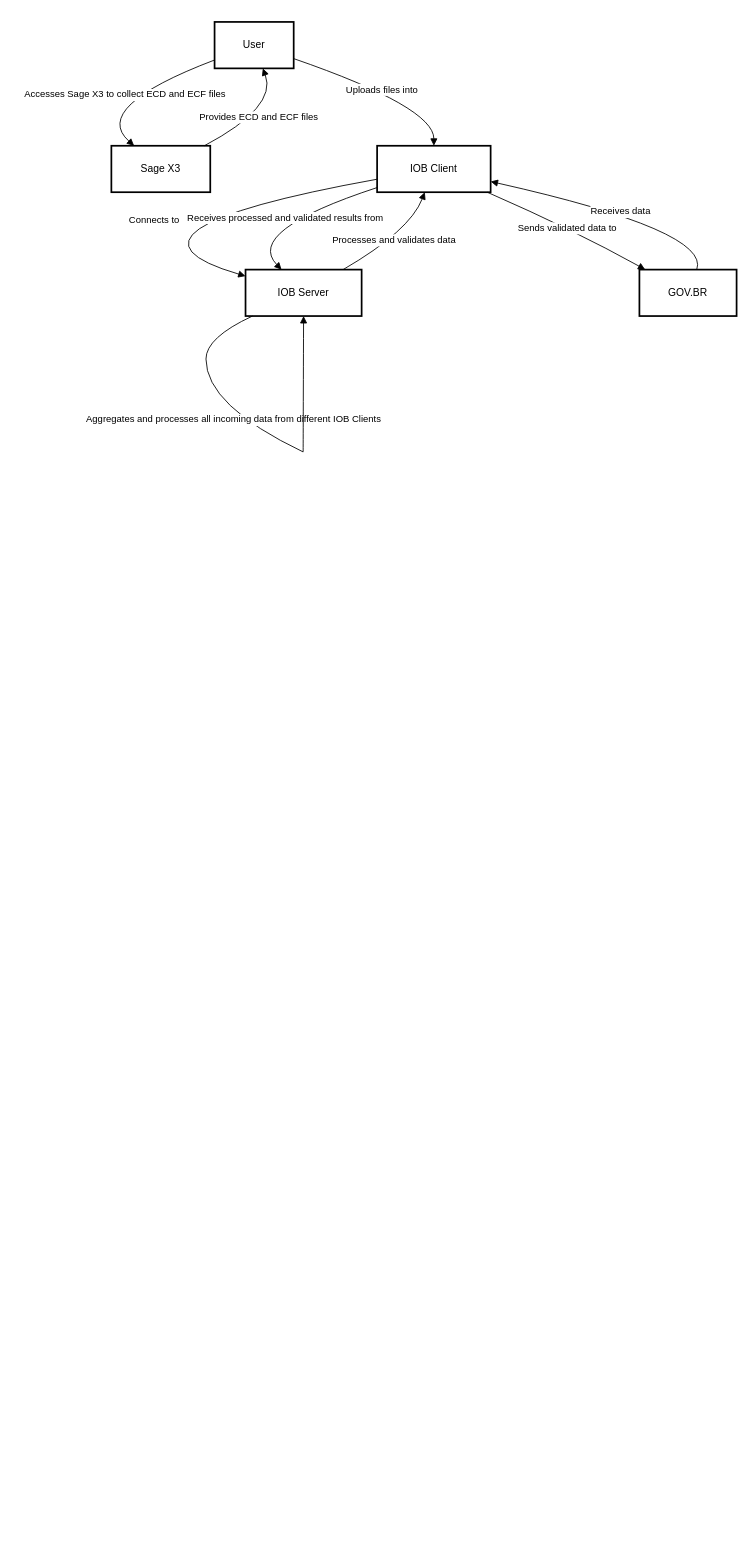
Before: X3-IOB.drawio in richardikeda/Diagrama, a draw.io diagram. Source tidied: cells renumbered, new cells numbered last; positions are measured from the earlier drawing's top-left corner, leaving out a move shared by most shapes. Both pictures are drawn from the tidied source at 86%, with x=0, y=0 at pixel (90, 22).
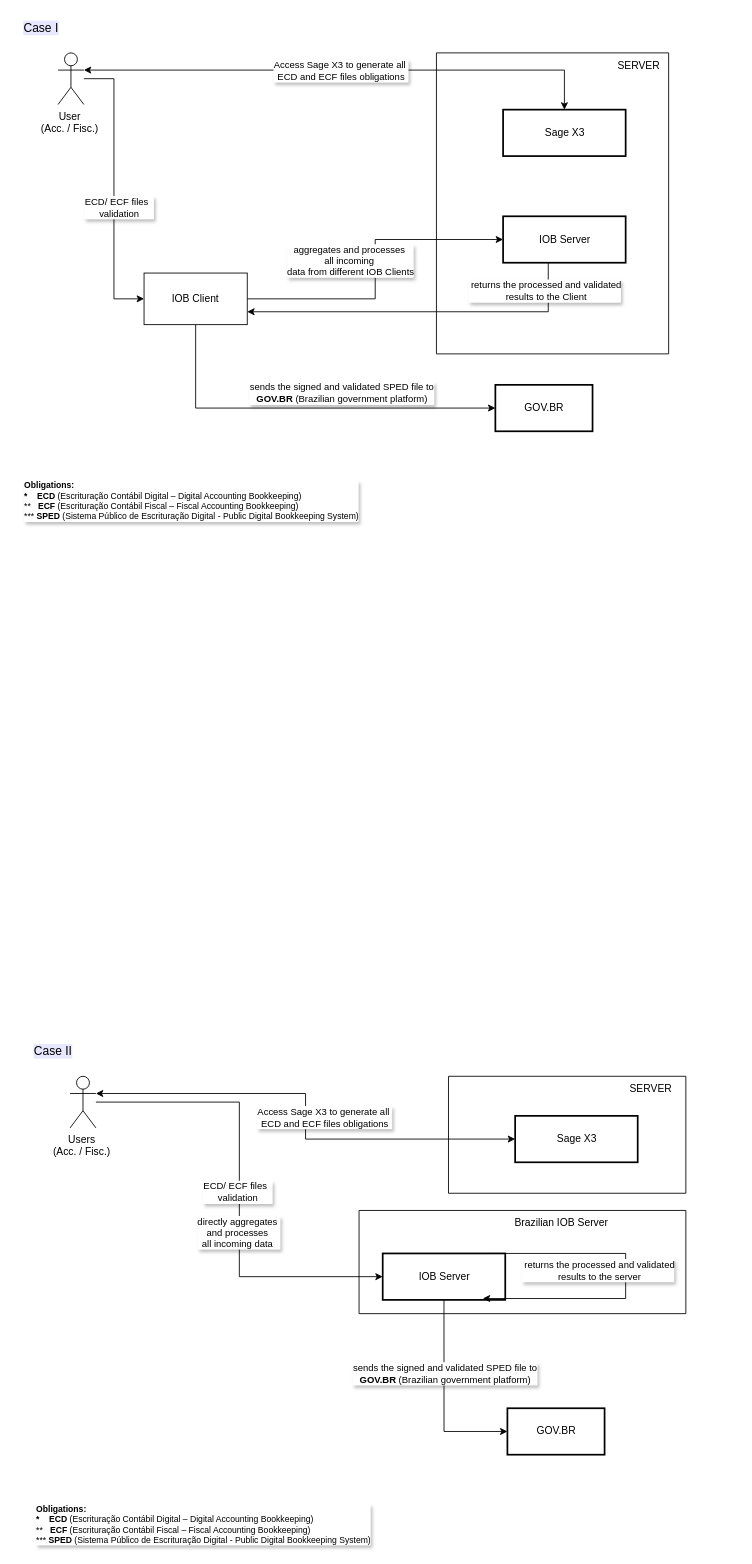
The same diagram, later.

Unchanged cells that the change refers to:
```xml
<mxCell id="7" style="whiteSpace=wrap;strokeWidth=2;" parent="1" vertex="1">
  <mxGeometry x="134" y="392" as="geometry" />
</mxCell>
<mxCell id="8" style="whiteSpace=wrap;strokeWidth=2;" parent="1" vertex="1">
  <mxGeometry x="247" y="500" as="geometry" />
</mxCell>
```

Change to the diagram source:
```diff
@@
-    <mxCell id="2" value="User" style="whiteSpace=wrap;strokeWidth=2;" parent="1" vertex="1">
-      <mxGeometry x="144" width="92" height="54" as="geometry" />
-    </mxCell>
-    <mxCell id="3" value="Sage X3" style="whiteSpace=wrap;strokeWidth=2;" parent="1" vertex="1">
-      <mxGeometry x="24" y="144" width="115" height="54" as="geometry" />
-    </mxCell>
-    <mxCell id="4" value="IOB Client" style="whiteSpace=wrap;strokeWidth=2;" parent="1" vertex="1">
-      <mxGeometry x="333" y="144" width="132" height="54" as="geometry" />
-    </mxCell>
-    <mxCell id="5" value="IOB Server" style="whiteSpace=wrap;strokeWidth=2;" parent="1" vertex="1">
-      <mxGeometry x="180" y="288" width="135" height="54" as="geometry" />
-    </mxCell>
+    <mxCell id="20" style="edgeStyle=orthogonalEdgeStyle;rounded=0;jettySize=auto;html=1;entryX=0;entryY=0.5;entryDx=0;entryDy=0;" parent="1" edge="1" source="24" target="4">
+      <mxGeometry relative="1" as="geometry" />
+    </mxCell>
+    <mxCell id="21" value="&lt;div&gt;ECD/ ECF files&amp;nbsp;&amp;nbsp;&lt;/div&gt;&lt;div&gt;validation&lt;/div&gt;" style="edgeLabel;html=1;align=center;verticalAlign=middle;textShadow=1;" parent="20" vertex="1">
+      <mxGeometry x="-0.35" y="-4" relative="1" as="geometry">
+        <mxPoint x="9" y="78" as="offset" />
+      </mxGeometry>
+    </mxCell>
     <mxCell id="6" value="GOV.BR" style="whiteSpace=wrap;strokeWidth=2;" parent="1" vertex="1">
-      <mxGeometry x="638" y="288" width="113" height="54" as="geometry" />
+      <mxGeometry x="470.5" y="422" width="113" height="54" as="geometry" />
     </mxCell>
@@
-    <mxCell id="9" value="Accesses Sage X3 to collect ECD and ECF files" style="curved=1;startArrow=none;endArrow=block;exitX=0;exitY=0.82;entryX=0.23;entryY=0;" parent="1" edge="1" source="2" target="3">
-      <mxGeometry relative="1" as="geometry">
-        <Array as="points">
-          <mxPoint y="99" />
-        </Array>
-      </mxGeometry>
-    </mxCell>
-    <mxCell id="10" value="Provides ECD and ECF files" style="curved=1;startArrow=none;endArrow=block;exitX=0.94;exitY=0;entryX=0.61;entryY=1;" parent="1" edge="1" source="3" target="2">
-      <mxGeometry relative="1" as="geometry">
-        <Array as="points">
-          <mxPoint x="217" y="99" />
-        </Array>
-      </mxGeometry>
-    </mxCell>
-    <mxCell id="11" value="Uploads files into" style="curved=1;startArrow=none;endArrow=block;exitX=1;exitY=0.79;entryX=0.5;entryY=0;" parent="1" edge="1" source="2" target="4">
-      <mxGeometry relative="1" as="geometry">
-        <Array as="points">
-          <mxPoint x="399" y="99" />
-        </Array>
-      </mxGeometry>
-    </mxCell>
-    <mxCell id="12" value="Connects to" style="curved=1;startArrow=none;endArrow=block;exitX=0;exitY=0.72;entryX=0;entryY=0.14;" parent="1" edge="1" source="4" target="5">
-      <mxGeometry relative="1" as="geometry">
-        <Array as="points">
-          <mxPoint y="243" />
-        </Array>
-      </mxGeometry>
-    </mxCell>
+    <mxCell id="22" style="edgeStyle=orthogonalEdgeStyle;rounded=0;jettySize=auto;html=1;exitX=1;exitY=0.3333333333333333;exitDx=0;exitDy=0;exitPerimeter=0;startArrow=classic;startFill=1;" parent="1" edge="1" source="24" target="3">
+      <mxGeometry relative="1" as="geometry" />
+    </mxCell>
+    <mxCell id="23" value="Access Sage X3 to generate all&amp;nbsp;&lt;div&gt;ECD and ECF files obligations&lt;/div&gt;" style="edgeLabel;html=1;align=center;verticalAlign=middle;textShadow=1;" parent="22" vertex="1">
+      <mxGeometry y="-2" relative="1" as="geometry">
+        <mxPoint x="-4" y="-2" as="offset" />
+      </mxGeometry>
+    </mxCell>
+    <mxCell id="24" value="User&amp;nbsp;&lt;div&gt;(Acc. / Fisc.)&lt;span style=&quot;background-color: transparent; color: light-dark(rgb(0, 0, 0), rgb(255, 255, 255));&quot;&gt;&amp;nbsp;&lt;/span&gt;&lt;/div&gt;" style="shape=umlActor;verticalLabelPosition=bottom;verticalAlign=top;html=1;outlineConnect=0;" parent="1" vertex="1">
+      <mxGeometry x="-38" y="36" width="30" height="60" as="geometry" />
+    </mxCell>
+    <mxCell id="25" value="&lt;div style=&quot;text-align: left;&quot;&gt;&lt;b style=&quot;color: light-dark(rgb(0, 0, 0), rgb(255, 255, 255));&quot;&gt;Obligations:&amp;nbsp;&lt;/b&gt;&lt;/div&gt;&lt;div style=&quot;text-align: left;&quot;&gt;&lt;b style=&quot;color: light-dark(rgb(0, 0, 0), rgb(255, 255, 255));&quot;&gt;*&amp;nbsp; &amp;nbsp; ECD&lt;/b&gt;&lt;span style=&quot;color: light-dark(rgb(0, 0, 0), rgb(255, 255, 255));&quot;&gt; (Escrituração Contábil Digital – Digital Accounting Bookkeeping&lt;/span&gt;&lt;span style=&quot;color: light-dark(rgb(0, 0, 0), rgb(255, 255, 255));&quot;&gt;)&lt;/span&gt;&lt;/div&gt;&lt;div style=&quot;text-align: left;&quot;&gt;&lt;span style=&quot;color: light-dark(rgb(0, 0, 0), rgb(255, 255, 255));&quot;&gt;**&amp;nbsp; &amp;nbsp;&lt;/span&gt;&lt;strong style=&quot;color: light-dark(rgb(0, 0, 0), rgb(255, 255, 255));&quot;&gt;ECF&lt;/strong&gt;&lt;span style=&quot;color: light-dark(rgb(0, 0, 0), rgb(255, 255, 255));&quot;&gt; (Escrituração Contábil Fiscal – Fiscal Accounting Bookkeeping)&lt;/span&gt;&lt;/div&gt;&lt;div style=&quot;text-align: left;&quot;&gt;&lt;span style=&quot;color: light-dark(rgb(0, 0, 0), rgb(255, 255, 255));&quot;&gt;***&amp;nbsp;&lt;b&gt;SPED &lt;/b&gt;(Sistema Público de Escrituração Digital -&amp;nbsp;&lt;/span&gt;&lt;span style=&quot;text-align: center;&quot;&gt;Public Digital Bookkeeping System)&lt;/span&gt;&lt;/div&gt;" style="text;html=1;align=center;verticalAlign=middle;strokeColor=none;fillColor=none;fontSize=10;labelBorderColor=none;textShadow=1;labelBackgroundColor=default;" parent="1" vertex="1">
+      <mxGeometry x="-88" y="527" width="410" height="60" as="geometry" />
+    </mxCell>
+    <mxCell id="26" style="edgeStyle=orthogonalEdgeStyle;rounded=0;jettySize=auto;html=1;entryX=0;entryY=0.5;entryDx=0;entryDy=0;startArrow=none;startFill=0;" parent="1" edge="1" source="4" target="5">
+      <mxGeometry relative="1" as="geometry" />
+    </mxCell>
+    <mxCell id="18" value="&lt;div&gt;sends the signed and validated SPED file to&lt;/div&gt;&lt;div&gt;&lt;b&gt;GOV.BR &lt;/b&gt;(Brazilian government platform)&lt;/div&gt;" style="edgeStyle=orthogonalEdgeStyle;rounded=0;jettySize=auto;html=1;exitX=0.5;exitY=1;exitDx=0;exitDy=0;entryX=0;entryY=0.5;entryDx=0;entryDy=0;labelBorderColor=none;textShadow=1;" parent="1" edge="1" source="4" target="6">
+      <mxGeometry x="0.2" y="17" relative="1" as="geometry" />
+    </mxCell>
+    <mxCell id="4" value="IOB Client" style="rounded=0;whiteSpace=wrap;html=1;" parent="1" vertex="1">
+      <mxGeometry x="62" y="292" width="120" height="60" as="geometry" />
+    </mxCell>
+    <mxCell id="27" style="swimlane;startSize=0;" parent="1" vertex="1">
+      <mxGeometry x="402" y="36" width="270" height="350" as="geometry" />
+    </mxCell>
+    <mxCell id="3" value="Sage X3" style="whiteSpace=wrap;strokeWidth=2;" parent="27" vertex="1">
+      <mxGeometry x="77.5" y="66" width="142.5" height="54" as="geometry" />
+    </mxCell>
+    <mxCell id="5" value="IOB Server" style="whiteSpace=wrap;strokeWidth=2;" parent="27" vertex="1">
+      <mxGeometry x="77.5" y="190" width="142.5" height="54" as="geometry" />
+    </mxCell>
+    <mxCell id="28" value="SERVER" style="text;html=1;align=center;verticalAlign=middle;strokeColor=none;fillColor=none;" parent="27" vertex="1">
+      <mxGeometry x="200" width="70" height="30" as="geometry" />
+    </mxCell>
+    <mxCell id="29" value="aggregates and processes&amp;nbsp;&lt;div&gt;all incoming&amp;nbsp;&lt;/div&gt;&lt;div&gt;data from different IOB Clients&lt;/div&gt;" style="edgeLabel;html=1;align=center;verticalAlign=middle;textShadow=1;" parent="1" vertex="1">
+      <mxGeometry x="322" y="312" as="geometry">
+        <mxPoint x="-21" y="-35" as="offset" />
+      </mxGeometry>
+    </mxCell>
-    <mxCell id="13" value="Processes and validates data" style="curved=1;startArrow=none;endArrow=block;exitX=0.84;exitY=0;entryX=0.42;entryY=1;" parent="1" edge="1" source="5" target="4">
+    <mxCell id="13" style="edgeStyle=orthogonalEdgeStyle;rounded=0;jettySize=auto;html=1;entryX=1;entryY=0.75;entryDx=0;entryDy=0;" parent="1" edge="1" source="5" target="4">
       <mxGeometry relative="1" as="geometry">
         <Array as="points">
-          <mxPoint x="371" y="243" />
+          <mxPoint x="532" y="337" />
         </Array>
       </mxGeometry>
     </mxCell>
-    <mxCell id="14" style="curved=1;startArrow=none;endArrow=none;exitX=0.06;exitY=1;entryX=-Infinity;entryY=NaN;" parent="1" edge="1" source="5" target="7">
-      <mxGeometry relative="1" as="geometry">
-        <Array as="points">
-          <mxPoint x="134" y="367" />
-        </Array>
-      </mxGeometry>
-    </mxCell>
-    <mxCell id="15" value="Aggregates and processes all incoming data from different IOB Clients" style="curved=1;startArrow=none;endArrow=none;exitX=-Infinity;exitY=Infinity;entryX=Infinity;entryY=-Infinity;" parent="1" edge="1" source="7" target="8">
-      <mxGeometry relative="1" as="geometry">
-        <Array as="points">
-          <mxPoint x="134" y="446" />
-        </Array>
-      </mxGeometry>
-    </mxCell>
-    <mxCell id="16" style="curved=1;startArrow=none;endArrow=block;exitX=Infinity;exitY=-Infinity;entryX=0.5;entryY=1;" parent="1" edge="1" source="8" target="5">
-      <mxGeometry relative="1" as="geometry" />
-    </mxCell>
-    <mxCell id="17" value="Receives processed and validated results from" style="curved=1;startArrow=none;endArrow=block;exitX=0;exitY=0.9;entryX=0.31;entryY=0;" parent="1" edge="1" source="4" target="5">
-      <mxGeometry relative="1" as="geometry">
-        <Array as="points">
-          <mxPoint x="179" y="243" />
-        </Array>
-      </mxGeometry>
-    </mxCell>
-    <mxCell id="18" value="Sends validated data to" style="curved=1;startArrow=none;endArrow=block;exitX=0.97;exitY=1;entryX=0.06;entryY=0;" parent="1" edge="1" source="4" target="6">
-      <mxGeometry relative="1" as="geometry">
-        <Array as="points">
-          <mxPoint x="564" y="243" />
-        </Array>
-      </mxGeometry>
-    </mxCell>
-    <mxCell id="19" value="Receives data" style="curved=1;startArrow=none;endArrow=block;exitX=0.59;exitY=0;entryX=1;entryY=0.77;" parent="1" edge="1" source="6" target="4">
-      <mxGeometry relative="1" as="geometry">
-        <Array as="points">
-          <mxPoint x="721" y="243" />
-        </Array>
-      </mxGeometry>
-    </mxCell>
+    <mxCell id="30" value="&amp;nbsp;returns the processed and validated&lt;div&gt;&amp;nbsp;results to the &lt;span&gt;Client&lt;/span&gt;&lt;/div&gt;" style="edgeLabel;html=1;align=center;verticalAlign=middle;textShadow=1;" parent="13" vertex="1">
+      <mxGeometry x="-0.09" y="4" relative="1" as="geometry">
+        <mxPoint x="123" y="-29" as="offset" />
+      </mxGeometry>
+    </mxCell>
+    <mxCell id="31" value="Case I" style="text;html=1;align=center;verticalAlign=middle;strokeColor=none;fillColor=none;labelBorderColor=none;fontSize=14;labelBackgroundColor=#E7E7FF;" parent="1" vertex="1">
+      <mxGeometry x="-88" y="-8" width="60" height="30" as="geometry" />
+    </mxCell>
+    <mxCell id="32" style="edgeStyle=orthogonalEdgeStyle;rounded=0;jettySize=auto;html=1;entryX=0;entryY=0.5;entryDx=0;entryDy=0;" parent="1" edge="1" source="39" target="49">
+      <mxGeometry relative="1" as="geometry" />
+    </mxCell>
+    <mxCell id="33" value="&lt;div&gt;ECD/ ECF files&amp;nbsp;&amp;nbsp;&lt;/div&gt;&lt;div&gt;validation&lt;/div&gt;" style="edgeLabel;html=1;align=center;verticalAlign=middle;textShadow=1;" parent="32" vertex="1">
+      <mxGeometry x="-0.35" y="-4" relative="1" as="geometry">
+        <mxPoint x="2" y="97" as="offset" />
+      </mxGeometry>
+    </mxCell>
+    <mxCell id="34" value="GOV.BR" style="whiteSpace=wrap;strokeWidth=2;" parent="1" vertex="1">
+      <mxGeometry x="484.5" y="1612" width="113" height="54" as="geometry" />
+    </mxCell>
+    <mxCell id="35" style="whiteSpace=wrap;strokeWidth=2;" parent="1" vertex="1">
+      <mxGeometry x="148" y="1582" as="geometry" />
+    </mxCell>
+    <mxCell id="36" style="whiteSpace=wrap;strokeWidth=2;" parent="1" vertex="1">
+      <mxGeometry x="261" y="1690" as="geometry" />
+    </mxCell>
+    <mxCell id="37" style="edgeStyle=orthogonalEdgeStyle;rounded=0;jettySize=auto;html=1;exitX=1;exitY=0.3333333333333333;exitDx=0;exitDy=0;exitPerimeter=0;startArrow=classic;startFill=1;" parent="1" edge="1" source="39" target="43">
+      <mxGeometry relative="1" as="geometry" />
+    </mxCell>
+    <mxCell id="38" value="Access Sage X3 to generate all&amp;nbsp;&lt;div&gt;ECD and ECF files obligations&lt;/div&gt;" style="edgeLabel;html=1;align=center;verticalAlign=middle;textShadow=1;" parent="37" vertex="1">
+      <mxGeometry y="-2" relative="1" as="geometry">
+        <mxPoint x="24" y="1" as="offset" />
+      </mxGeometry>
+    </mxCell>
+    <mxCell id="39" value="Users&amp;nbsp;&lt;div&gt;(Acc. / Fisc.)&lt;span style=&quot;background-color: transparent; color: light-dark(rgb(0, 0, 0), rgb(255, 255, 255));&quot;&gt;&amp;nbsp;&lt;/span&gt;&lt;/div&gt;" style="shape=umlActor;verticalLabelPosition=bottom;verticalAlign=top;html=1;outlineConnect=0;" parent="1" vertex="1">
+      <mxGeometry x="-24" y="1226" width="30" height="60" as="geometry" />
+    </mxCell>
+    <mxCell id="40" value="&lt;div style=&quot;text-align: left;&quot;&gt;&lt;b style=&quot;color: light-dark(rgb(0, 0, 0), rgb(255, 255, 255));&quot;&gt;Obligations:&amp;nbsp;&lt;/b&gt;&lt;/div&gt;&lt;div style=&quot;text-align: left;&quot;&gt;&lt;b style=&quot;color: light-dark(rgb(0, 0, 0), rgb(255, 255, 255));&quot;&gt;*&amp;nbsp; &amp;nbsp; ECD&lt;/b&gt;&lt;span style=&quot;color: light-dark(rgb(0, 0, 0), rgb(255, 255, 255));&quot;&gt; (Escrituração Contábil Digital – Digital Accounting Bookkeeping&lt;/span&gt;&lt;span style=&quot;color: light-dark(rgb(0, 0, 0), rgb(255, 255, 255));&quot;&gt;)&lt;/span&gt;&lt;/div&gt;&lt;div style=&quot;text-align: left;&quot;&gt;&lt;span style=&quot;color: light-dark(rgb(0, 0, 0), rgb(255, 255, 255));&quot;&gt;**&amp;nbsp; &amp;nbsp;&lt;/span&gt;&lt;strong style=&quot;color: light-dark(rgb(0, 0, 0), rgb(255, 255, 255));&quot;&gt;ECF&lt;/strong&gt;&lt;span style=&quot;color: light-dark(rgb(0, 0, 0), rgb(255, 255, 255));&quot;&gt; (Escrituração Contábil Fiscal – Fiscal Accounting Bookkeeping)&lt;/span&gt;&lt;/div&gt;&lt;div style=&quot;text-align: left;&quot;&gt;&lt;span style=&quot;color: light-dark(rgb(0, 0, 0), rgb(255, 255, 255));&quot;&gt;***&amp;nbsp;&lt;b&gt;SPED &lt;/b&gt;(Sistema Público de Escrituração Digital -&amp;nbsp;&lt;/span&gt;&lt;span style=&quot;text-align: center;&quot;&gt;Public Digital Bookkeeping System)&lt;/span&gt;&lt;/div&gt;" style="text;html=1;align=center;verticalAlign=middle;strokeColor=none;fillColor=none;fontSize=10;labelBorderColor=none;textShadow=1;labelBackgroundColor=default;" parent="1" vertex="1">
+      <mxGeometry x="-74" y="1717" width="410" height="60" as="geometry" />
+    </mxCell>
+    <mxCell id="41" value="&lt;div&gt;sends the signed and validated SPED file to&lt;/div&gt;&lt;div&gt;&lt;b&gt;GOV.BR &lt;/b&gt;(Brazilian government platform)&lt;/div&gt;" style="edgeStyle=orthogonalEdgeStyle;rounded=0;jettySize=auto;html=1;exitX=0.5;exitY=1;exitDx=0;exitDy=0;entryX=0;entryY=0.5;entryDx=0;entryDy=0;labelBorderColor=none;textShadow=1;" parent="1" edge="1" source="49" target="34">
+      <mxGeometry x="-0.24" y="1" relative="1" as="geometry" />
+    </mxCell>
+    <mxCell id="42" style="swimlane;startSize=0;" parent="1" vertex="1">
+      <mxGeometry x="416" y="1226" width="276" height="136" as="geometry" />
+    </mxCell>
+    <mxCell id="43" value="Sage X3" style="whiteSpace=wrap;strokeWidth=2;" parent="42" vertex="1">
+      <mxGeometry x="77.5" y="46" width="142.5" height="54" as="geometry" />
+    </mxCell>
+    <mxCell id="44" value="SERVER" style="text;html=1;align=center;verticalAlign=middle;strokeColor=none;fillColor=none;" parent="42" vertex="1">
+      <mxGeometry x="200" width="70" height="30" as="geometry" />
+    </mxCell>
+    <mxCell id="45" value="directly aggregates&amp;nbsp;&lt;div&gt;and processes&amp;nbsp;&lt;div&gt;all incoming&amp;nbsp;&lt;span style=&quot;background-color: light-dark(#ffffff, var(--ge-dark-color, #121212)); color: light-dark(rgb(0, 0, 0), rgb(255, 255, 255));&quot;&gt;data&amp;nbsp;&lt;/span&gt;&lt;/div&gt;&lt;/div&gt;" style="edgeLabel;html=1;align=center;verticalAlign=middle;textShadow=1;" parent="1" vertex="1">
+      <mxGeometry x="192" y="1442" as="geometry">
+        <mxPoint x="-21" y="-35" as="offset" />
+      </mxGeometry>
+    </mxCell>
+    <mxCell id="46" value="Case II" style="text;html=1;align=center;verticalAlign=middle;strokeColor=none;fillColor=none;labelBorderColor=none;fontSize=14;labelBackgroundColor=#E7E7FF;" parent="1" vertex="1">
+      <mxGeometry x="-79" y="1182" width="70" height="30" as="geometry" />
+    </mxCell>
+    <mxCell id="47" style="swimlane;startSize=0;" parent="1" vertex="1">
+      <mxGeometry x="312" y="1382" width="380" height="120" as="geometry" />
+    </mxCell>
+    <mxCell id="48" value="Brazilian IOB Server" style="text;html=1;align=center;verticalAlign=middle;strokeColor=none;fillColor=none;" parent="47" vertex="1">
+      <mxGeometry x="170" width="130" height="30" as="geometry" />
+    </mxCell>
+    <mxCell id="49" value="IOB Server" style="whiteSpace=wrap;strokeWidth=2;" parent="47" vertex="1">
+      <mxGeometry x="27.5" y="50" width="142.5" height="54" as="geometry" />
+    </mxCell>
+    <mxCell id="50" style="edgeStyle=orthogonalEdgeStyle;rounded=0;orthogonalLoop=1;jettySize=auto;html=1;entryX=0.957;entryY=0.97;entryDx=0;entryDy=0;exitX=1;exitY=0;exitDx=0;exitDy=0;entryPerimeter=0;" parent="47" edge="1">
+      <mxGeometry relative="1" as="geometry">
+        <mxPoint x="150" y="50" as="sourcePoint" />
+        <mxPoint x="143.9" y="102.4" as="targetPoint" />
+        <Array as="points">
+          <mxPoint x="310" y="50" />
+          <mxPoint x="310" y="102" />
+        </Array>
+      </mxGeometry>
+    </mxCell>
+    <mxCell id="51" value="&amp;nbsp;returns the processed and validated&lt;div&gt;&amp;nbsp;results to the &lt;span&gt;server&lt;/span&gt;&lt;/div&gt;" style="edgeLabel;html=1;align=center;verticalAlign=middle;textShadow=1;" parent="50" vertex="1">
+      <mxGeometry x="-0.09" y="4" relative="1" as="geometry">
+        <mxPoint x="-37" y="7" as="offset" />
+      </mxGeometry>
+    </mxCell>
```
